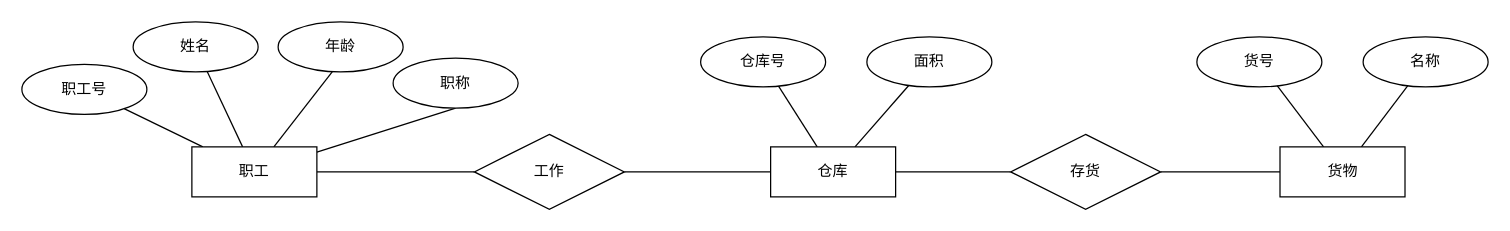
The draw.io diagram 数据原理.drawio in Wishlove09/drawio, before the edit. Source tidied: cells renumbered, new cells numbered last; positions are measured from the earlier drawing's top-left corner, leaving out a move shared by most shapes. Both pictures are drawn from the tidied source at 125%, with x=0, y=0 at pixel (21, 21).
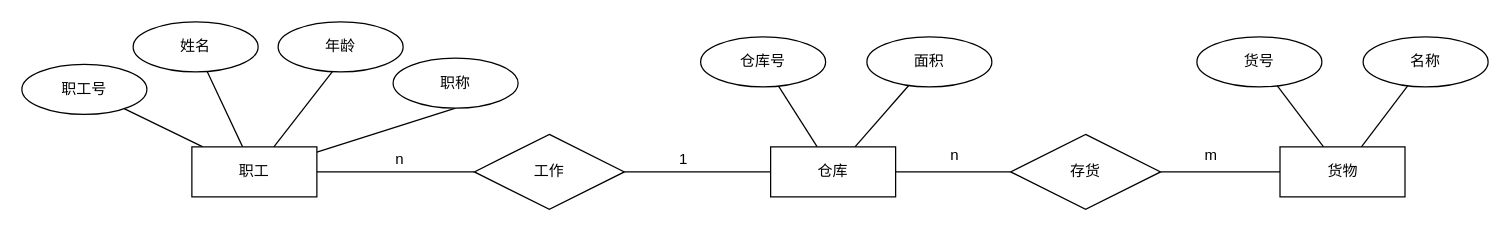
Above is the later version.

Commit message (it also covers changes not shown here):
更新数据原理.drawio

The edit, as a diff of the source:
```diff
@@
+    <mxCell id="27" value="1" style="text;html=1;align=center;verticalAlign=middle;strokeColor=none;fillColor=none;" parent="1" vertex="1">
+      <mxGeometry x="516" y="97" width="25" height="26" as="geometry" />
+    </mxCell>
+    <mxCell id="28" value="n" style="text;html=1;align=center;verticalAlign=middle;strokeColor=none;fillColor=none;" parent="1" vertex="1">
+      <mxGeometry x="289" y="97" width="25" height="26" as="geometry" />
+    </mxCell>
+    <mxCell id="29" value="n" style="text;html=1;align=center;verticalAlign=middle;strokeColor=none;fillColor=none;" parent="1" vertex="1">
+      <mxGeometry x="733" y="94" width="25" height="26" as="geometry" />
+    </mxCell>
+    <mxCell id="30" value="m" style="text;html=1;align=center;verticalAlign=middle;strokeColor=none;fillColor=none;" parent="1" vertex="1">
+      <mxGeometry x="937" y="94" width="28" height="26" as="geometry" />
+    </mxCell>
```
